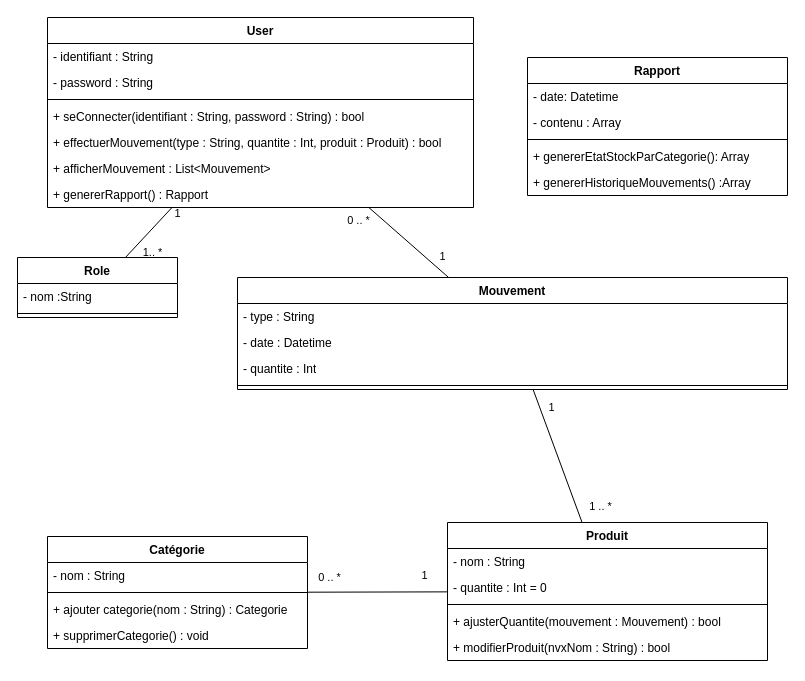
Mzk-Ali/M2I_ECF2 keeps this draw.io diagram as diagramme_classe.drawio. Above is the earlier version. Source tidied: cells renumbered, new cells numbered last; positions are measured from the earlier drawing's top-left corner, leaving out a move shared by most shapes. Both pictures are drawn from the tidied source at 100%, with x=0, y=0 at pixel (17, 17).
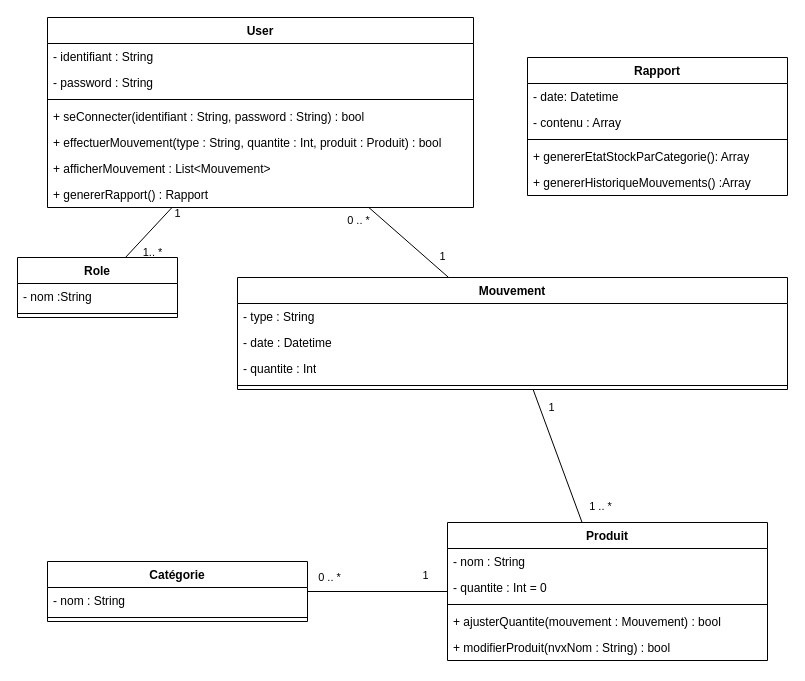
Above is the later version.

Commit message:
Mettre à jour diagramme_classe.drawio

Change to the diagram source:
```diff
@@
     <mxCell id="28" value="Catégorie" style="swimlane;fontStyle=1;align=center;verticalAlign=top;horizontal=1;startSize=26;whiteSpace=wrap;html=1;" parent="1" vertex="1">
-      <mxGeometry x="30" y="519" width="260" height="112" as="geometry" />
+      <mxGeometry x="30" y="544" width="260" height="60" as="geometry" />
     </mxCell>
@@
-    <mxCell id="31" value="+ ajouter categorie(nom : String) : Categorie" style="text;strokeColor=none;fillColor=none;align=left;verticalAlign=top;spacingLeft=4;spacingRight=4;overflow=hidden;whiteSpace=wrap;html=1;" parent="28" vertex="1">
-      <mxGeometry y="60" width="260" height="26" as="geometry" />
-    </mxCell>
-    <mxCell id="32" value="+ supprimerCategorie() : void" style="text;strokeColor=none;fillColor=none;align=left;verticalAlign=top;spacingLeft=4;spacingRight=4;overflow=hidden;whiteSpace=wrap;html=1;" parent="28" vertex="1">
-      <mxGeometry y="86" width="260" height="26" as="geometry" />
-    </mxCell>
```
